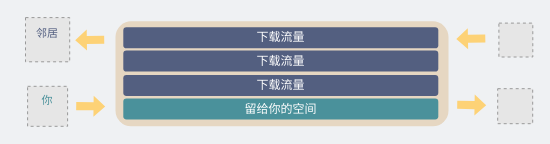
Above: network/拥塞控制.drawio in xiaobaiTech/image (draw.io), before the change. Source tidied: cells renumbered, new cells numbered last; positions are measured from the earlier drawing's top-left corner, leaving out a move shared by most shapes. Both pictures are drawn from the tidied source at 100%, with x=0, y=0 at pixel (17, 17). Pictures stored in the file or linked from it are replaced by grey dashed boxes.
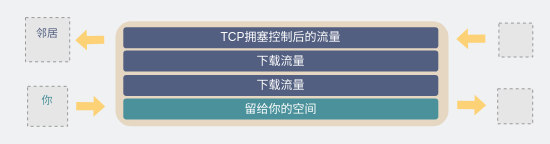
Above is the later version.

Commit message:
更新拥塞控制.drawio

The edit, as a diff of the source:
```diff
@@
     <mxCell id="3" style="fillColor=#E6E6E6;strokeColor=#999999;dashed=1;verticalLabelPosition=bottom;verticalAlign=top;" parent="1" vertex="1">
-      <mxGeometry x="480.2" y="71.2" width="35" height="35" as="geometry" />
+      <mxGeometry x="480.2" y="71.3" width="35" height="35" as="geometry" />
     </mxCell>
@@
     <mxCell id="8" style="shape=flexArrow;endArrow=classic;html=1;rounded=0;strokeColor=none;fillColor=#FDD276;width=8.070175438596491;endSize=3.5508771929824556;endWidth=11.905201600492457;" parent="1" edge="1">
       <mxGeometry relative="1" as="geometry">
         <mxPoint x="87.2" y="22.3" as="sourcePoint" />
-        <mxPoint x="57.2" y="22.7" as="targetPoint" />
+        <mxPoint x="57.2" y="22.8" as="targetPoint" />
       </mxGeometry>
     </mxCell>
     <mxCell id="9" style="shape=flexArrow;endArrow=classic;html=1;rounded=0;strokeColor=none;fillColor=#FDD276;width=8.070175438596491;endSize=3.5508771929824556;endWidth=11.905201600492457;" parent="1" edge="1">
       <mxGeometry relative="1" as="geometry">
-        <mxPoint x="439.2" y="87.3" as="sourcePoint" />
+        <mxPoint x="439.2" y="87.4" as="sourcePoint" />
         <mxPoint x="469.2" y="87.8" as="targetPoint" />
       </mxGeometry>
     </mxCell>
     <mxCell id="10" style="shape=flexArrow;endArrow=classic;html=1;rounded=0;strokeColor=none;fillColor=#FDD276;width=8.070175438596491;endSize=3.5508771929824556;endWidth=11.905201600492457;" parent="1" edge="1">
       <mxGeometry relative="1" as="geometry">
-        <mxPoint x="468.3" y="21" as="sourcePoint" />
+        <mxPoint x="468.3" y="21.1" as="sourcePoint" />
         <mxPoint x="438.3" y="21.5" as="targetPoint" />
       </mxGeometry>
     </mxCell>
-    <mxCell id="11" value="&lt;font color=&quot;#ffffff&quot;&gt;下载流量&lt;/font&gt;" style="rounded=1;whiteSpace=wrap;html=1;fillColor=#535f80;strokeColor=none;" parent="1" vertex="1">
+    <mxCell id="11" value="&lt;font color=&quot;#ffffff&quot;&gt;TCP拥塞控制后的流量&lt;/font&gt;" style="rounded=1;whiteSpace=wrap;html=1;fillColor=#535f80;strokeColor=none;" parent="1" vertex="1">
       <mxGeometry x="105.8" y="9.8" width="315" height="21" as="geometry" />
     </mxCell>
```
